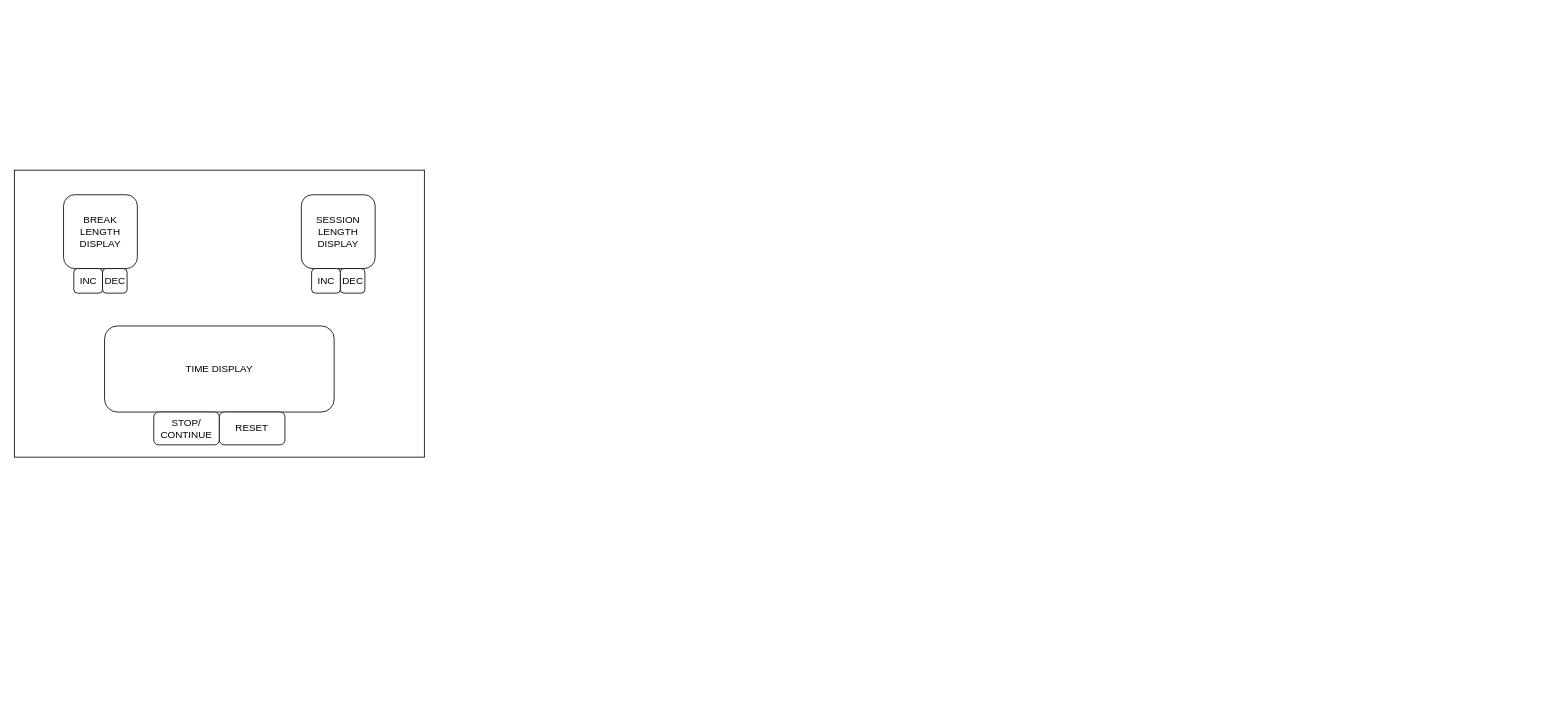
Above: React/25+5clock/diagram.drawio in athane-degsods/coding-practice (draw.io), before the change. Source tidied: cells renumbered, new cells numbered last; positions are measured from the earlier drawing's top-left corner, leaving out a move shared by most shapes. Both pictures are drawn from the tidied source at 82%, with x=0, y=0 at pixel (14, 170).
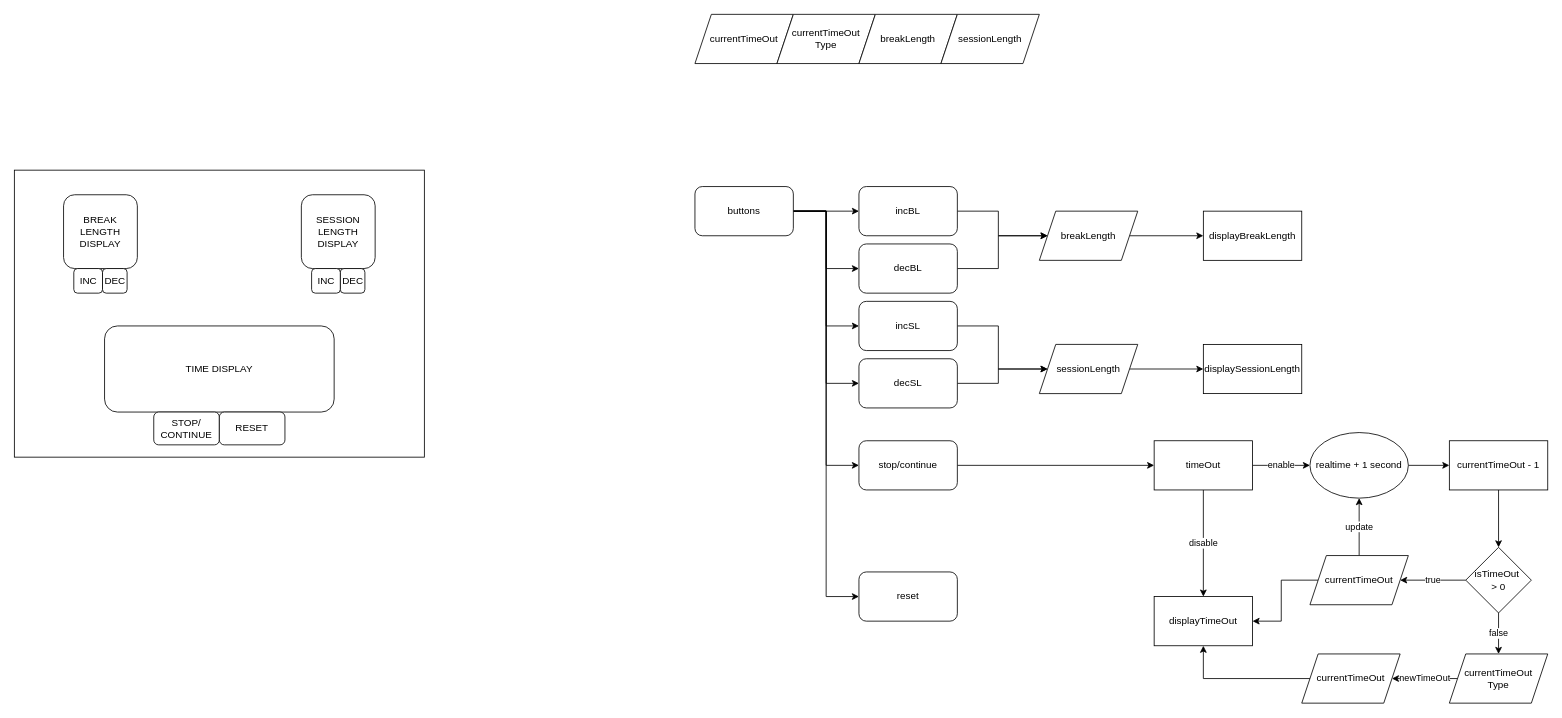
The same diagram, later.

Change to the diagram source:
```diff
@@
+    <mxCell id="12" value="currentTimeOut" style="shape=parallelogram;perimeter=parallelogramPerimeter;whiteSpace=wrap;html=1;fixedSize=1;" parent="1" vertex="1">
+      <mxGeometry x="830" y="-190" width="120" height="60" as="geometry" />
+    </mxCell>
+    <mxCell id="13" value="currentTimeOut&lt;div&gt;Type&lt;/div&gt;" style="shape=parallelogram;perimeter=parallelogramPerimeter;whiteSpace=wrap;html=1;fixedSize=1;" parent="1" vertex="1">
+      <mxGeometry x="930" y="-190" width="120" height="60" as="geometry" />
+    </mxCell>
+    <mxCell id="14" value="breakLength" style="shape=parallelogram;perimeter=parallelogramPerimeter;whiteSpace=wrap;html=1;fixedSize=1;" parent="1" vertex="1">
+      <mxGeometry x="1030" y="-190" width="120" height="60" as="geometry" />
+    </mxCell>
+    <mxCell id="15" value="sessionLength" style="shape=parallelogram;perimeter=parallelogramPerimeter;whiteSpace=wrap;html=1;fixedSize=1;" parent="1" vertex="1">
+      <mxGeometry x="1130" y="-190" width="120" height="60" as="geometry" />
+    </mxCell>
+    <mxCell id="16" style="edgeStyle=orthogonalEdgeStyle;rounded=0;jettySize=auto;html=1;" parent="1" edge="1" source="22" target="24">
+      <mxGeometry relative="1" as="geometry" />
+    </mxCell>
+    <mxCell id="17" style="edgeStyle=orthogonalEdgeStyle;rounded=0;jettySize=auto;html=1;entryX=0;entryY=0.5;entryDx=0;entryDy=0;" parent="1" edge="1" source="22" target="26">
+      <mxGeometry relative="1" as="geometry" />
+    </mxCell>
+    <mxCell id="18" style="edgeStyle=orthogonalEdgeStyle;rounded=0;jettySize=auto;html=1;entryX=0;entryY=0.5;entryDx=0;entryDy=0;" parent="1" edge="1" source="22" target="28">
+      <mxGeometry relative="1" as="geometry" />
+    </mxCell>
+    <mxCell id="19" style="edgeStyle=orthogonalEdgeStyle;rounded=0;jettySize=auto;html=1;entryX=0;entryY=0.5;entryDx=0;entryDy=0;" parent="1" edge="1" source="22" target="30">
+      <mxGeometry relative="1" as="geometry" />
+    </mxCell>
+    <mxCell id="20" style="edgeStyle=orthogonalEdgeStyle;rounded=0;jettySize=auto;html=1;entryX=0;entryY=0.5;entryDx=0;entryDy=0;" parent="1" edge="1" source="22" target="38">
+      <mxGeometry relative="1" as="geometry" />
+    </mxCell>
+    <mxCell id="21" style="edgeStyle=orthogonalEdgeStyle;rounded=0;jettySize=auto;html=1;entryX=0;entryY=0.5;entryDx=0;entryDy=0;" parent="1" edge="1" source="22" target="39">
+      <mxGeometry relative="1" as="geometry" />
+    </mxCell>
+    <mxCell id="22" value="buttons" style="rounded=1;whiteSpace=wrap;html=1;" parent="1" vertex="1">
+      <mxGeometry x="830" y="20" width="120" height="60" as="geometry" />
+    </mxCell>
+    <mxCell id="23" style="edgeStyle=orthogonalEdgeStyle;rounded=0;jettySize=auto;html=1;exitX=1;exitY=0.5;exitDx=0;exitDy=0;entryX=0;entryY=0.5;entryDx=0;entryDy=0;" parent="1" edge="1" source="24" target="32">
+      <mxGeometry relative="1" as="geometry" />
+    </mxCell>
+    <mxCell id="24" value="incBL" style="rounded=1;whiteSpace=wrap;html=1;" parent="1" vertex="1">
+      <mxGeometry x="1030" y="20" width="120" height="60" as="geometry" />
+    </mxCell>
+    <mxCell id="25" style="edgeStyle=orthogonalEdgeStyle;rounded=0;jettySize=auto;html=1;entryX=0;entryY=0.5;entryDx=0;entryDy=0;" parent="1" edge="1" source="26" target="32">
+      <mxGeometry relative="1" as="geometry" />
+    </mxCell>
+    <mxCell id="26" value="decBL" style="rounded=1;whiteSpace=wrap;html=1;" parent="1" vertex="1">
+      <mxGeometry x="1030" y="90" width="120" height="60" as="geometry" />
+    </mxCell>
+    <mxCell id="27" style="edgeStyle=orthogonalEdgeStyle;rounded=0;jettySize=auto;html=1;entryX=0;entryY=0.5;entryDx=0;entryDy=0;" parent="1" edge="1" source="28" target="35">
+      <mxGeometry relative="1" as="geometry" />
+    </mxCell>
+    <mxCell id="28" value="incSL" style="rounded=1;whiteSpace=wrap;html=1;" parent="1" vertex="1">
+      <mxGeometry x="1030" y="160" width="120" height="60" as="geometry" />
+    </mxCell>
+    <mxCell id="29" style="edgeStyle=orthogonalEdgeStyle;rounded=0;jettySize=auto;html=1;entryX=0;entryY=0.5;entryDx=0;entryDy=0;" parent="1" edge="1" source="30" target="35">
+      <mxGeometry relative="1" as="geometry" />
+    </mxCell>
+    <mxCell id="30" value="decSL" style="rounded=1;whiteSpace=wrap;html=1;" parent="1" vertex="1">
+      <mxGeometry x="1030" y="230" width="120" height="60" as="geometry" />
+    </mxCell>
+    <mxCell id="31" style="edgeStyle=orthogonalEdgeStyle;rounded=0;jettySize=auto;html=1;" parent="1" edge="1" source="32" target="33">
+      <mxGeometry relative="1" as="geometry" />
+    </mxCell>
+    <mxCell id="32" value="breakLength" style="shape=parallelogram;perimeter=parallelogramPerimeter;whiteSpace=wrap;html=1;fixedSize=1;" parent="1" vertex="1">
+      <mxGeometry x="1250" y="50" width="120" height="60" as="geometry" />
+    </mxCell>
+    <mxCell id="33" value="displayBreakLength" style="whiteSpace=wrap;html=1;" parent="1" vertex="1">
+      <mxGeometry x="1450" y="50" width="120" height="60" as="geometry" />
+    </mxCell>
+    <mxCell id="34" style="edgeStyle=orthogonalEdgeStyle;rounded=0;jettySize=auto;html=1;" parent="1" edge="1" source="35" target="36">
+      <mxGeometry relative="1" as="geometry" />
+    </mxCell>
+    <mxCell id="35" value="sessionLength" style="shape=parallelogram;perimeter=parallelogramPerimeter;whiteSpace=wrap;html=1;fixedSize=1;" parent="1" vertex="1">
+      <mxGeometry x="1250" y="212.5" width="120" height="60" as="geometry" />
+    </mxCell>
+    <mxCell id="36" value="displaySessionLength" style="whiteSpace=wrap;html=1;" parent="1" vertex="1">
+      <mxGeometry x="1450" y="212.5" width="120" height="60" as="geometry" />
+    </mxCell>
+    <mxCell id="37" style="edgeStyle=orthogonalEdgeStyle;rounded=0;jettySize=auto;html=1;entryX=0;entryY=0.5;entryDx=0;entryDy=0;" parent="1" edge="1" source="38" target="42">
+      <mxGeometry relative="1" as="geometry" />
+    </mxCell>
+    <mxCell id="38" value="stop/continue" style="rounded=1;whiteSpace=wrap;html=1;" parent="1" vertex="1">
+      <mxGeometry x="1030" y="330" width="120" height="60" as="geometry" />
+    </mxCell>
+    <mxCell id="39" value="reset" style="rounded=1;whiteSpace=wrap;html=1;" parent="1" vertex="1">
+      <mxGeometry x="1030" y="490" width="120" height="60" as="geometry" />
+    </mxCell>
+    <mxCell id="40" value="enable" style="edgeStyle=orthogonalEdgeStyle;rounded=0;jettySize=auto;html=1;entryX=0;entryY=0.5;entryDx=0;entryDy=0;" parent="1" edge="1" source="42" target="47">
+      <mxGeometry relative="1" as="geometry" />
+    </mxCell>
+    <mxCell id="41" value="disable" style="edgeStyle=orthogonalEdgeStyle;rounded=0;jettySize=auto;html=1;" parent="1" edge="1" source="42" target="43">
+      <mxGeometry relative="1" as="geometry" />
+    </mxCell>
+    <mxCell id="42" value="timeOut" style="whiteSpace=wrap;html=1;" parent="1" vertex="1">
+      <mxGeometry x="1390" y="330" width="120" height="60" as="geometry" />
+    </mxCell>
+    <mxCell id="43" value="displayTimeOut" style="whiteSpace=wrap;html=1;" parent="1" vertex="1">
+      <mxGeometry x="1390" y="520" width="120" height="60" as="geometry" />
+    </mxCell>
+    <mxCell id="44" style="edgeStyle=orthogonalEdgeStyle;rounded=0;jettySize=auto;html=1;" parent="1" edge="1" source="45" target="50">
+      <mxGeometry relative="1" as="geometry" />
+    </mxCell>
+    <mxCell id="45" value="currentTimeOut - 1" style="whiteSpace=wrap;html=1;" parent="1" vertex="1">
+      <mxGeometry x="1750" y="330" width="120" height="60" as="geometry" />
+    </mxCell>
+    <mxCell id="46" style="edgeStyle=orthogonalEdgeStyle;rounded=0;jettySize=auto;html=1;" parent="1" edge="1" source="47" target="45">
+      <mxGeometry relative="1" as="geometry" />
+    </mxCell>
+    <mxCell id="47" value="realtime + 1 second" style="ellipse;whiteSpace=wrap;html=1;" parent="1" vertex="1">
+      <mxGeometry x="1580" y="320" width="120" height="80" as="geometry" />
+    </mxCell>
+    <mxCell id="48" value="true" style="edgeStyle=orthogonalEdgeStyle;rounded=0;jettySize=auto;html=1;" parent="1" edge="1" source="50" target="53">
+      <mxGeometry relative="1" as="geometry" />
+    </mxCell>
+    <mxCell id="49" value="false" style="edgeStyle=orthogonalEdgeStyle;rounded=0;jettySize=auto;html=1;" parent="1" edge="1" source="50" target="55">
+      <mxGeometry relative="1" as="geometry" />
+    </mxCell>
+    <mxCell id="50" value="isTimeOut&amp;nbsp;&lt;div&gt;&amp;gt; 0&lt;/div&gt;" style="rhombus;whiteSpace=wrap;html=1;" parent="1" vertex="1">
+      <mxGeometry x="1770" y="460" width="80" height="80" as="geometry" />
+    </mxCell>
+    <mxCell id="51" value="update" style="edgeStyle=orthogonalEdgeStyle;rounded=0;jettySize=auto;html=1;entryX=0.5;entryY=1;entryDx=0;entryDy=0;" parent="1" edge="1" source="53" target="47">
+      <mxGeometry relative="1" as="geometry">
+        <Array as="points">
+          <mxPoint x="1640" y="440" />
+          <mxPoint x="1640" y="440" />
+        </Array>
+      </mxGeometry>
+    </mxCell>
+    <mxCell id="52" style="edgeStyle=orthogonalEdgeStyle;rounded=0;jettySize=auto;html=1;entryX=1;entryY=0.5;entryDx=0;entryDy=0;" parent="1" edge="1" source="53" target="43">
+      <mxGeometry relative="1" as="geometry" />
+    </mxCell>
+    <mxCell id="53" value="currentTimeOut" style="shape=parallelogram;perimeter=parallelogramPerimeter;whiteSpace=wrap;html=1;fixedSize=1;" parent="1" vertex="1">
+      <mxGeometry x="1580" y="470" width="120" height="60" as="geometry" />
+    </mxCell>
+    <mxCell id="54" value="newTimeOut" style="edgeStyle=orthogonalEdgeStyle;rounded=0;jettySize=auto;html=1;" parent="1" edge="1" source="55" target="57">
+      <mxGeometry relative="1" as="geometry" />
+    </mxCell>
+    <mxCell id="55" value="currentTimeOut&lt;div&gt;Type&lt;/div&gt;" style="shape=parallelogram;perimeter=parallelogramPerimeter;whiteSpace=wrap;html=1;fixedSize=1;" parent="1" vertex="1">
+      <mxGeometry x="1750" y="590" width="120" height="60" as="geometry" />
+    </mxCell>
+    <mxCell id="56" style="edgeStyle=orthogonalEdgeStyle;rounded=0;jettySize=auto;html=1;entryX=0.5;entryY=1;entryDx=0;entryDy=0;" parent="1" edge="1" source="57" target="43">
+      <mxGeometry relative="1" as="geometry" />
+    </mxCell>
+    <mxCell id="57" value="currentTimeOut" style="shape=parallelogram;perimeter=parallelogramPerimeter;whiteSpace=wrap;html=1;fixedSize=1;" parent="1" vertex="1">
+      <mxGeometry x="1570" y="590" width="120" height="60" as="geometry" />
+    </mxCell>
```
